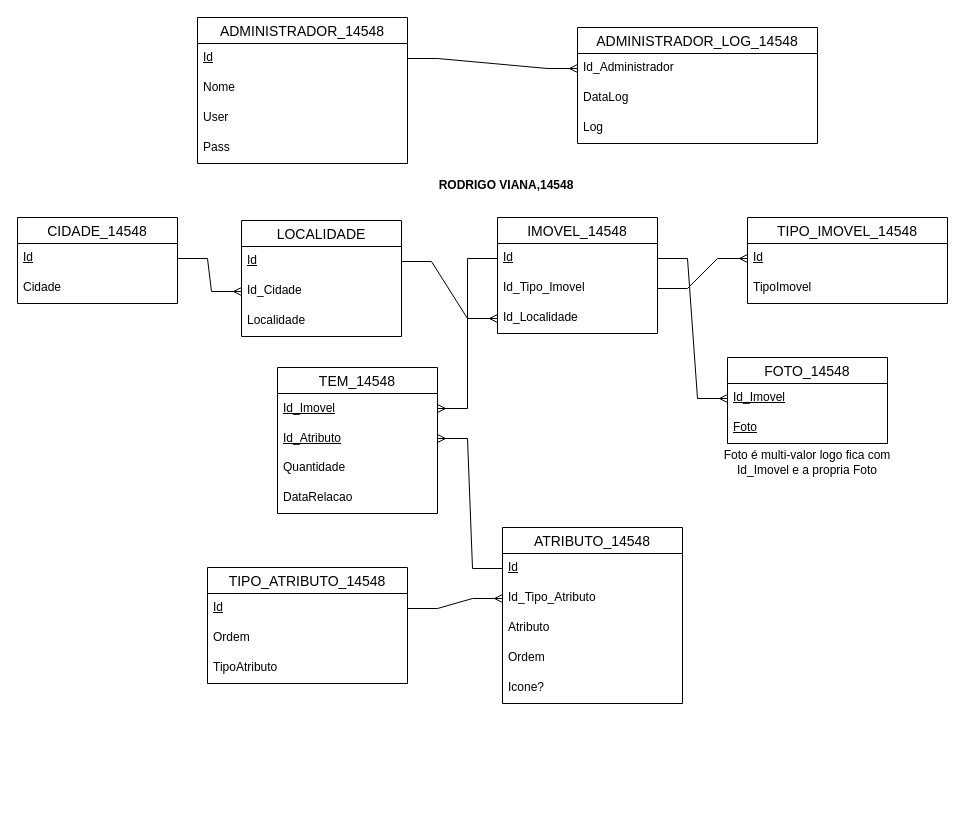
This is 2P-PROG-UFCD-0811-TRABALHO1-14548.drawio from rpviana/Diagramas, a draw.io file, before an edit. Source tidied: cells renumbered, new cells numbered last; positions are measured from the earlier drawing's top-left corner, leaving out a move shared by most shapes. Both pictures are drawn from the tidied source at 100%, with x=0, y=0 at pixel (17, 17).
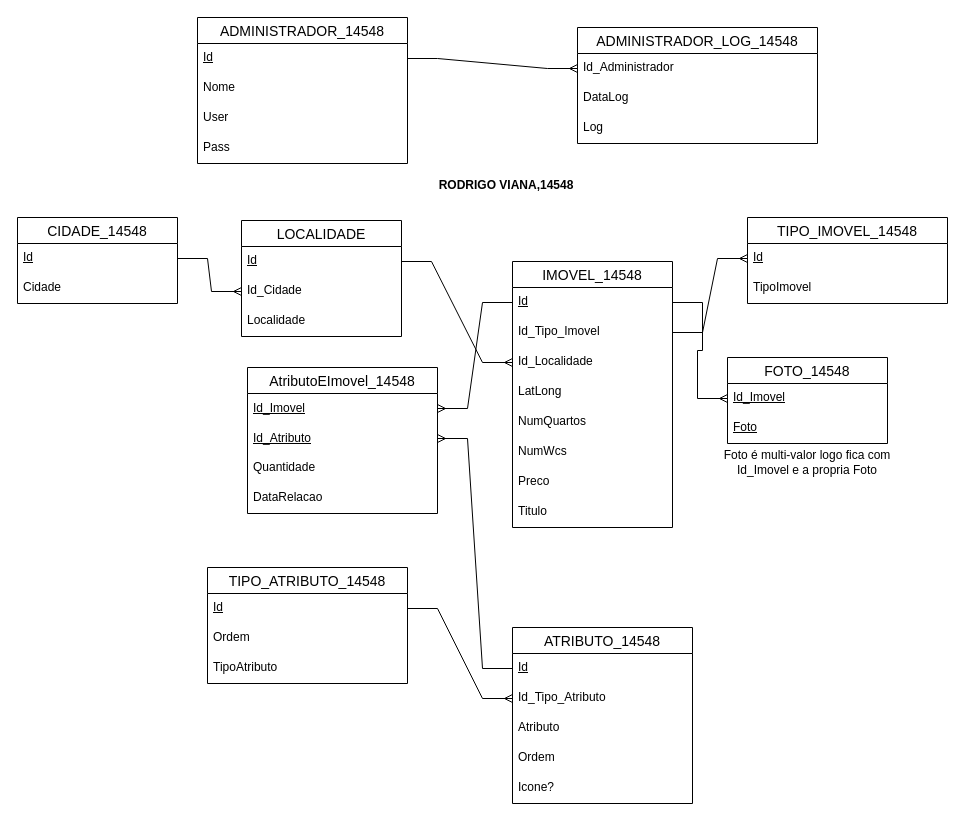
After the change.

Change to the diagram source:
```diff
@@
     <mxCell id="6" value="IMOVEL_14548" style="swimlane;fontStyle=0;horizontal=1;startSize=26;align=center;fontSize=14;" parent="1" vertex="1">
-      <mxGeometry x="480" y="200" width="160" height="116" as="geometry" />
+      <mxGeometry x="495" y="244" width="160" height="266" as="geometry" />
     </mxCell>
@@
+    <mxCell id="53" value="LatLong" style="text;strokeColor=none;fillColor=none;spacingLeft=4;spacingRight=4;overflow=hidden;fontSize=12;whiteSpace=wrap;html=1;" parent="6" vertex="1">
+      <mxGeometry y="116" width="160" height="30" as="geometry" />
+    </mxCell>
+    <mxCell id="54" value="NumQuartos" style="text;strokeColor=none;fillColor=none;spacingLeft=4;spacingRight=4;overflow=hidden;fontSize=12;whiteSpace=wrap;html=1;" parent="6" vertex="1">
+      <mxGeometry y="146" width="160" height="30" as="geometry" />
+    </mxCell>
+    <mxCell id="55" value="NumWcs" style="text;strokeColor=none;fillColor=none;spacingLeft=4;spacingRight=4;overflow=hidden;fontSize=12;whiteSpace=wrap;html=1;" parent="6" vertex="1">
+      <mxGeometry y="176" width="160" height="30" as="geometry" />
+    </mxCell>
+    <mxCell id="56" value="Preco" style="text;strokeColor=none;fillColor=none;spacingLeft=4;spacingRight=4;overflow=hidden;fontSize=12;whiteSpace=wrap;html=1;" parent="6" vertex="1">
+      <mxGeometry y="206" width="160" height="30" as="geometry" />
+    </mxCell>
+    <mxCell id="57" value="Titulo" style="text;strokeColor=none;fillColor=none;spacingLeft=4;spacingRight=4;overflow=hidden;fontSize=12;whiteSpace=wrap;html=1;" parent="6" vertex="1">
+      <mxGeometry y="236" width="160" height="30" as="geometry" />
+    </mxCell>
@@
     <mxCell id="22" value="ATRIBUTO_14548" style="swimlane;fontStyle=0;horizontal=1;startSize=26;align=center;fontSize=14;" parent="1" vertex="1">
-      <mxGeometry x="485" y="510" width="180" height="176" as="geometry" />
+      <mxGeometry x="495" y="610" width="180" height="176" as="geometry" />
     </mxCell>
@@
-    <mxCell id="35" value="TEM_14548" style="swimlane;fontStyle=0;horizontal=1;startSize=26;align=center;fontSize=14;" parent="1" vertex="1">
-      <mxGeometry x="260" y="350" width="160" height="146" as="geometry" />
+    <mxCell id="35" value="AtributoEImovel_14548" style="swimlane;fontStyle=0;horizontal=1;startSize=26;align=center;fontSize=14;" parent="1" vertex="1">
+      <mxGeometry x="230" y="350" width="190" height="146" as="geometry" />
     </mxCell>
     <mxCell id="36" value="Id_Imovel" style="text;strokeColor=none;fillColor=none;spacingLeft=4;spacingRight=4;overflow=hidden;points=[[0,0.5],[1,0.5]];portConstraint=eastwest;fontSize=12;whiteSpace=wrap;html=1;verticalAlign=middle;fontStyle=4;" parent="35" vertex="1">
-      <mxGeometry y="26" width="160" height="30" as="geometry" />
+      <mxGeometry y="26" width="190" height="30" as="geometry" />
     </mxCell>
     <mxCell id="37" value="Id_Atributo" style="text;strokeColor=none;fillColor=none;spacingLeft=4;spacingRight=4;overflow=hidden;points=[[0,0.5],[1,0.5]];portConstraint=eastwest;fontSize=12;whiteSpace=wrap;html=1;verticalAlign=middle;fontStyle=4;" parent="35" vertex="1">
-      <mxGeometry y="56" width="160" height="30" as="geometry" />
+      <mxGeometry y="56" width="190" height="30" as="geometry" />
     </mxCell>
     <mxCell id="38" value="Quantidade" style="text;strokeColor=none;fillColor=none;spacingLeft=4;spacingRight=4;overflow=hidden;fontSize=12;whiteSpace=wrap;html=1;" parent="35" vertex="1">
-      <mxGeometry y="86" width="160" height="30" as="geometry" />
+      <mxGeometry y="86" width="190" height="30" as="geometry" />
     </mxCell>
     <mxCell id="39" value="DataRelacao" style="text;strokeColor=none;fillColor=none;spacingLeft=4;spacingRight=4;overflow=hidden;fontSize=12;whiteSpace=wrap;html=1;" parent="35" vertex="1">
-      <mxGeometry y="116" width="160" height="30" as="geometry" />
+      <mxGeometry y="116" width="190" height="30" as="geometry" />
     </mxCell>
```
